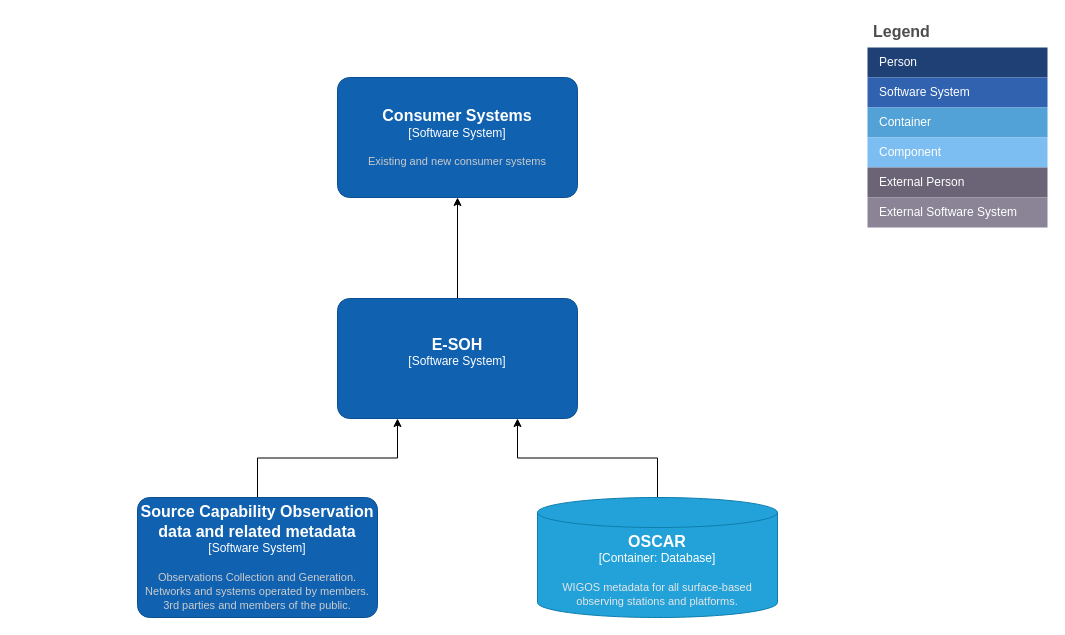
Before: E-SOH-C4-Contex.drawio in EURODEO/e-soh-c4, a draw.io diagram. Source tidied: cells renumbered, new cells numbered last; positions are measured from the earlier drawing's top-left corner, leaving out a move shared by most shapes. Both pictures are drawn from the tidied source at 100%, with x=0, y=0 at pixel (137, 17).
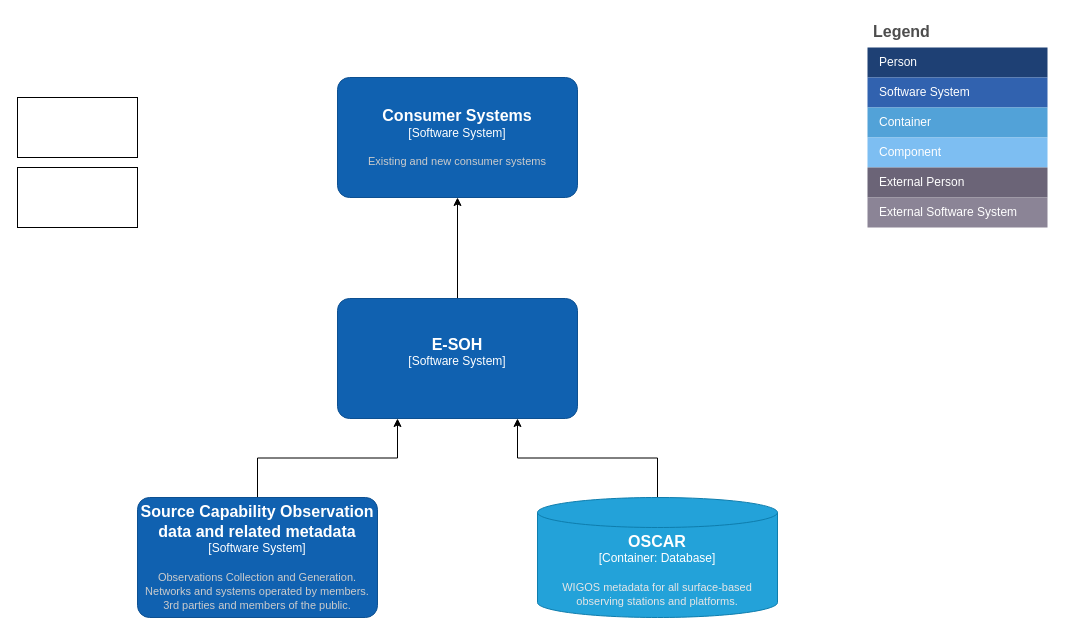
Above is the later version.

Change to the diagram source:
```diff
@@
+    <mxCell id="22" style="rounded=0;whiteSpace=wrap;html=1;" parent="1" vertex="1">
+      <mxGeometry x="-120" y="80" width="120" height="60" as="geometry" />
+    </mxCell>
+    <mxCell id="23" style="rounded=0;whiteSpace=wrap;html=1;" parent="1" vertex="1">
+      <mxGeometry x="-120" y="150" width="120" height="60" as="geometry" />
+    </mxCell>
```
